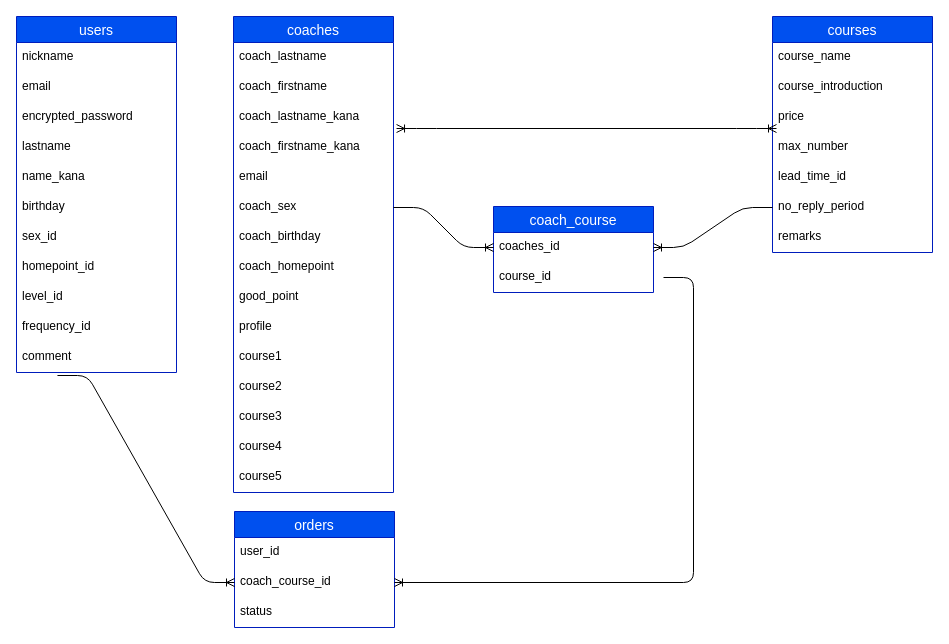
Above: app/views/ER.dio in marie1173/namimachi-app (draw.io), before the change. Source tidied: cells renumbered, new cells numbered last; positions are measured from the earlier drawing's top-left corner, leaving out a move shared by most shapes. Both pictures are drawn from the tidied source at 100%, with x=0, y=0 at pixel (16, 16).
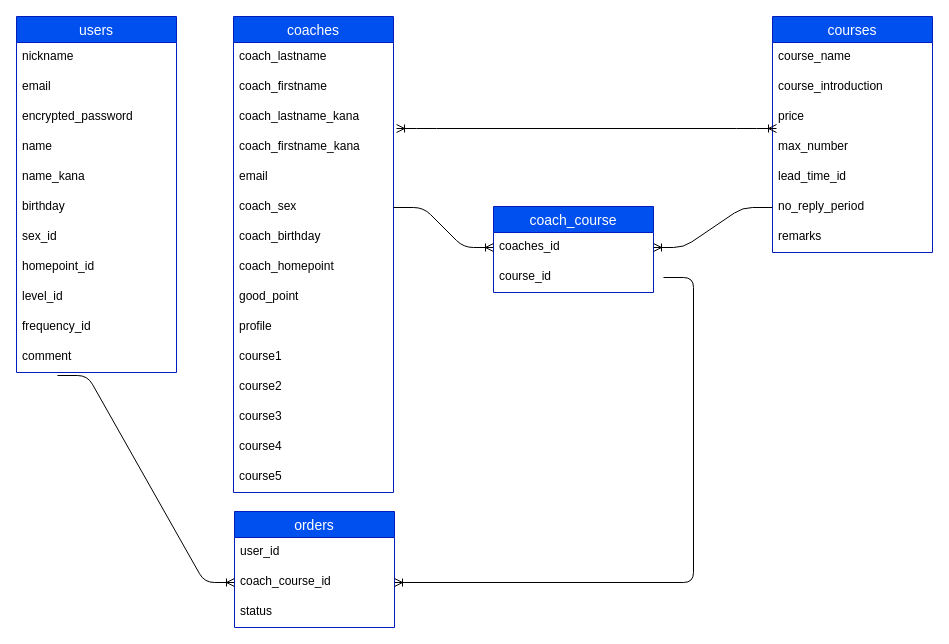
After the change.

The change refers to these unchanged cells:
```xml
<mxCell id="2" value="users" style="swimlane;fontStyle=0;horizontal=1;startSize=26;align=center;fontSize=14;fillColor=#0050ef;fontColor=#ffffff;strokeColor=#001DBC;" parent="1" vertex="1">
  <mxGeometry width="160" height="356" as="geometry" />
</mxCell>
```

Change to the diagram source:
```diff
@@
-    <mxCell id="6" value="lastname" style="text;strokeColor=none;fillColor=none;spacingLeft=4;spacingRight=4;overflow=hidden;fontSize=12;" parent="2" vertex="1">
+    <mxCell id="6" value="name" style="text;strokeColor=none;fillColor=none;spacingLeft=4;spacingRight=4;overflow=hidden;fontSize=12;" parent="2" vertex="1">
       <mxGeometry y="116" width="160" height="30" as="geometry" />
     </mxCell>
```
